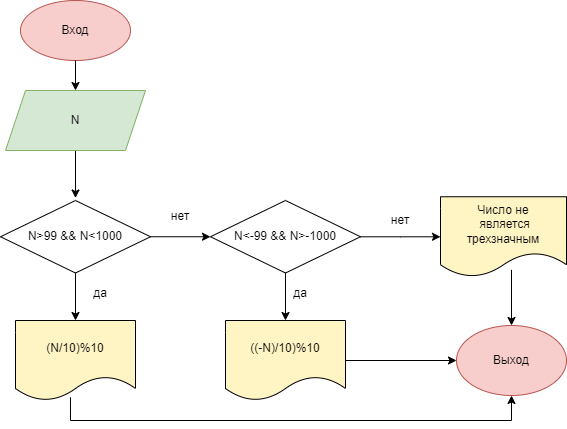
Earlier version of the draw.io export HW_2/ДЗ_2_Втарая цифра трехзначного числа.png (liza140/C-_HomeWork_2). Source tidied: cells renumbered, new cells last; positions are measured from the earlier drawing's top-left corner, leaving out a move shared by most shapes. Source of this version:
```xml
<mxGraphModel>
  <root>
    <mxCell id="0" />
    <mxCell id="1" parent="0" />
    <mxCell id="2" value="Выход" style="ellipse;whiteSpace=wrap;html=1;fillColor=#f8cecc;strokeColor=#b85450;" parent="1" vertex="1">
      <mxGeometry x="456" y="325" width="110" height="70" as="geometry" />
    </mxCell>
    <mxCell id="3" value="Вход" style="ellipse;whiteSpace=wrap;html=1;fillColor=#f8cecc;strokeColor=#b85450;" parent="1" vertex="1">
      <mxGeometry x="20" width="110" height="60" as="geometry" />
    </mxCell>
    <mxCell id="4" style="edgeStyle=orthogonalEdgeStyle;rounded=0;jettySize=auto;html=1;" parent="1" edge="1" source="6">
      <mxGeometry relative="1" as="geometry">
        <mxPoint x="75" y="320" as="targetPoint" />
      </mxGeometry>
    </mxCell>
    <mxCell id="5" style="edgeStyle=orthogonalEdgeStyle;rounded=0;jettySize=auto;html=1;" parent="1" edge="1" source="6" target="17">
      <mxGeometry relative="1" as="geometry" />
    </mxCell>
    <mxCell id="6" value="N&amp;gt;99 &amp;amp;&amp;amp; N&amp;lt;1000" style="rhombus;whiteSpace=wrap;html=1;" parent="1" vertex="1">
      <mxGeometry y="200" width="150" height="72.5" as="geometry" />
    </mxCell>
    <mxCell id="7" style="endArrow=classic;html=1;rounded=0;exitX=0.5;exitY=1;exitDx=0;exitDy=0;entryX=0.5;entryY=0;entryDx=0;entryDy=0;" parent="1" edge="1" source="3">
      <mxGeometry relative="1" as="geometry">
        <mxPoint x="75" y="90" as="targetPoint" />
      </mxGeometry>
    </mxCell>
    <mxCell id="8" style="endArrow=classic;html=1;rounded=0;exitX=0.5;exitY=1;exitDx=0;exitDy=0;entryX=0.5;entryY=0;entryDx=0;entryDy=0;" parent="1" edge="1" source="12">
      <mxGeometry relative="1" as="geometry">
        <mxPoint x="75" y="197.5" as="targetPoint" />
      </mxGeometry>
    </mxCell>
    <mxCell id="9" value="да" style="text;html=1;strokeColor=none;fillColor=none;align=center;verticalAlign=middle;whiteSpace=wrap;rounded=0;" parent="1" vertex="1">
      <mxGeometry x="70" y="272.5" width="60" height="40" as="geometry" />
    </mxCell>
    <mxCell id="10" style="edgeStyle=orthogonalEdgeStyle;rounded=0;jettySize=auto;html=1;" parent="1" edge="1" target="2">
      <mxGeometry relative="1" as="geometry">
        <mxPoint x="511" y="269.4" as="sourcePoint" />
      </mxGeometry>
    </mxCell>
    <mxCell id="11" value="нет" style="text;html=1;strokeColor=none;fillColor=none;align=center;verticalAlign=middle;whiteSpace=wrap;rounded=0;" parent="1" vertex="1">
      <mxGeometry x="150" y="196.2" width="60" height="40" as="geometry" />
    </mxCell>
    <mxCell id="12" value="N" style="shape=parallelogram;perimeter=parallelogramPerimeter;whiteSpace=wrap;html=1;fixedSize=1;fillColor=#d5e8d4;strokeColor=#82b366;" parent="1" vertex="1">
      <mxGeometry x="5" y="90" width="140" height="60" as="geometry" />
    </mxCell>
    <mxCell id="13" value="&lt;span&gt;Число не&lt;/span&gt;&lt;br&gt;&lt;span&gt;&amp;nbsp;является трехзначным&lt;/span&gt;" style="shape=document;whiteSpace=wrap;html=1;boundedLbl=1;fillColor=#FFF4C3;" parent="1" vertex="1">
      <mxGeometry x="440" y="196.2" width="126" height="80" as="geometry" />
    </mxCell>
    <mxCell id="14" value="(N/10)%10" style="shape=document;whiteSpace=wrap;html=1;boundedLbl=1;fillColor=#FFF4C3;" parent="1" vertex="1">
      <mxGeometry x="15" y="320" width="120" height="80" as="geometry" />
    </mxCell>
    <mxCell id="15" style="edgeStyle=orthogonalEdgeStyle;rounded=0;jettySize=auto;html=1;" parent="1" edge="1" source="17" target="13">
      <mxGeometry relative="1" as="geometry" />
    </mxCell>
    <mxCell id="16" style="edgeStyle=orthogonalEdgeStyle;rounded=0;jettySize=auto;html=1;" parent="1" edge="1" source="17" target="20">
      <mxGeometry relative="1" as="geometry" />
    </mxCell>
    <mxCell id="17" value="N&amp;lt;-99 &amp;amp;&amp;amp; N&amp;gt;-1000" style="rhombus;whiteSpace=wrap;html=1;" parent="1" vertex="1">
      <mxGeometry x="210" y="200" width="150" height="72.5" as="geometry" />
    </mxCell>
    <mxCell id="18" value="нет" style="text;html=1;strokeColor=none;fillColor=none;align=center;verticalAlign=middle;whiteSpace=wrap;rounded=0;" parent="1" vertex="1">
      <mxGeometry x="370" y="200" width="60" height="40" as="geometry" />
    </mxCell>
    <mxCell id="19" style="edgeStyle=orthogonalEdgeStyle;rounded=0;jettySize=auto;html=1;" parent="1" edge="1" source="20" target="2">
      <mxGeometry relative="1" as="geometry" />
    </mxCell>
    <mxCell id="20" value="((-N)/10)%10" style="shape=document;whiteSpace=wrap;html=1;boundedLbl=1;fillColor=#FFF4C3;" parent="1" vertex="1">
      <mxGeometry x="225" y="320" width="120" height="80" as="geometry" />
    </mxCell>
    <mxCell id="21" style="endArrow=classic;html=1;rounded=0;exitX=0.458;exitY=0.96;exitDx=0;exitDy=0;exitPerimeter=0;entryX=0.5;entryY=1;entryDx=0;entryDy=0;" parent="1" edge="1" source="14" target="2">
      <mxGeometry relative="1" as="geometry">
        <Array as="points">
          <mxPoint x="70" y="420" />
          <mxPoint x="511" y="420" />
        </Array>
      </mxGeometry>
    </mxCell>
    <mxCell id="22" value="да" style="text;html=1;strokeColor=none;fillColor=none;align=center;verticalAlign=middle;whiteSpace=wrap;rounded=0;" parent="1" vertex="1">
      <mxGeometry x="270" y="272.5" width="60" height="40" as="geometry" />
    </mxCell>
  </root>
</mxGraphModel>
```
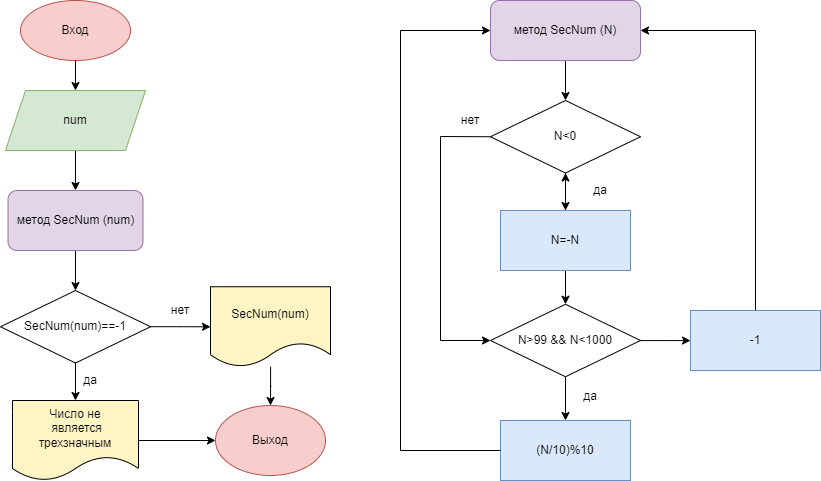
Later version of the same file.

Commit message:
Замена алгоритма

What changed in the source:
```diff
@@ -2,81 +2,123 @@
   <root>
     <mxCell id="0" />
     <mxCell id="1" parent="0" />
+    <mxCell id="3" value="Вход" style="ellipse;whiteSpace=wrap;html=1;fillColor=#f8cecc;strokeColor=#b85450;" parent="1" vertex="1">
+      <mxGeometry x="20" width="110" height="60" as="geometry" />
+    </mxCell>
+    <mxCell id="7" style="endArrow=classic;html=1;rounded=0;exitX=0.5;exitY=1;exitDx=0;exitDy=0;entryX=0.5;entryY=0;entryDx=0;entryDy=0;" parent="1" edge="1" source="3">
+      <mxGeometry relative="1" as="geometry">
+        <mxPoint x="75" y="90" as="targetPoint" />
+      </mxGeometry>
+    </mxCell>
+    <mxCell id="23" style="edgeStyle=orthogonalEdgeStyle;rounded=0;jettySize=auto;html=1;" parent="1" edge="1" source="12" target="25">
+      <mxGeometry relative="1" as="geometry" />
+    </mxCell>
+    <mxCell id="12" value="num" style="shape=parallelogram;perimeter=parallelogramPerimeter;whiteSpace=wrap;html=1;fixedSize=1;fillColor=#d5e8d4;strokeColor=#82b366;" parent="1" vertex="1">
+      <mxGeometry x="5" y="90" width="140" height="60" as="geometry" />
+    </mxCell>
+    <mxCell id="24" style="edgeStyle=orthogonalEdgeStyle;rounded=0;jettySize=auto;html=1;" parent="1" edge="1" source="25" target="28">
+      <mxGeometry relative="1" as="geometry" />
+    </mxCell>
+    <mxCell id="25" value="метод SecNum (num)" style="rounded=1;whiteSpace=wrap;html=1;fillColor=#e1d5e7;strokeColor=#9673a6;" parent="1" vertex="1">
+      <mxGeometry x="7.5" y="190" width="135" height="60" as="geometry" />
+    </mxCell>
+    <mxCell id="26" style="edgeStyle=orthogonalEdgeStyle;rounded=0;jettySize=auto;html=1;" parent="1" edge="1" source="28" target="13">
+      <mxGeometry relative="1" as="geometry" />
+    </mxCell>
+    <mxCell id="27" style="edgeStyle=orthogonalEdgeStyle;rounded=0;jettySize=auto;html=1;" parent="1" edge="1" source="28" target="32">
+      <mxGeometry relative="1" as="geometry" />
+    </mxCell>
+    <mxCell id="28" value="SecNum(num)==-1" style="rhombus;whiteSpace=wrap;html=1;" parent="1" vertex="1">
+      <mxGeometry y="290" width="150" height="72.5" as="geometry" />
+    </mxCell>
+    <mxCell id="29" style="edgeStyle=orthogonalEdgeStyle;rounded=0;jettySize=auto;html=1;" parent="1" edge="1" source="13" target="2">
+      <mxGeometry relative="1" as="geometry" />
+    </mxCell>
+    <mxCell id="13" value="&lt;span&gt;Число не&lt;/span&gt;&lt;br&gt;&lt;span&gt;&amp;nbsp;является трехзначным&lt;/span&gt;" style="shape=document;whiteSpace=wrap;html=1;boundedLbl=1;fillColor=#FFF4C3;" parent="1" vertex="1">
+      <mxGeometry x="12" y="400" width="126" height="80" as="geometry" />
+    </mxCell>
+    <mxCell id="30" value="да" style="text;html=1;strokeColor=none;fillColor=none;align=center;verticalAlign=middle;whiteSpace=wrap;rounded=0;" parent="1" vertex="1">
+      <mxGeometry x="60" y="360" width="60" height="40" as="geometry" />
+    </mxCell>
+    <mxCell id="31" style="edgeStyle=orthogonalEdgeStyle;rounded=0;jettySize=auto;html=1;" parent="1" edge="1" source="32" target="2">
+      <mxGeometry relative="1" as="geometry" />
+    </mxCell>
+    <mxCell id="32" value="SecNum(num)" style="shape=document;whiteSpace=wrap;html=1;boundedLbl=1;fillColor=#FFF4C3;" parent="1" vertex="1">
+      <mxGeometry x="210" y="286.2" width="120" height="80" as="geometry" />
+    </mxCell>
     <mxCell id="2" value="Выход" style="ellipse;whiteSpace=wrap;html=1;fillColor=#f8cecc;strokeColor=#b85450;" parent="1" vertex="1">
-      <mxGeometry x="456" y="325" width="110" height="70" as="geometry" />
+      <mxGeometry x="215" y="405" width="110" height="70" as="geometry" />
     </mxCell>
-    <mxCell id="3" value="Вход" style="ellipse;whiteSpace=wrap;html=1;fillColor=#f8cecc;strokeColor=#b85450;" parent="1" vertex="1">
-      <mxGeometry x="20" width="110" height="60" as="geometry" />
-    </mxCell>
-    <mxCell id="4" style="edgeStyle=orthogonalEdgeStyle;rounded=0;jettySize=auto;html=1;" parent="1" edge="1" source="6">
-      <mxGeometry relative="1" as="geometry">
-        <mxPoint x="75" y="320" as="targetPoint" />
-      </mxGeometry>
-    </mxCell>
-    <mxCell id="5" style="edgeStyle=orthogonalEdgeStyle;rounded=0;jettySize=auto;html=1;" parent="1" edge="1" source="6" target="17">
-      <mxGeometry relative="1" as="geometry" />
-    </mxCell>
+    <mxCell id="33" value="нет" style="text;html=1;strokeColor=none;fillColor=none;align=center;verticalAlign=middle;whiteSpace=wrap;rounded=0;" parent="1" vertex="1">
+      <mxGeometry x="150" y="290" width="60" height="40" as="geometry" />
+    </mxCell>
+    <mxCell id="34" style="edgeStyle=orthogonalEdgeStyle;rounded=0;jettySize=auto;html=1;" parent="1" edge="1" source="35" target="37">
+      <mxGeometry relative="1" as="geometry" />
+    </mxCell>
+    <mxCell id="35" value="метод SecNum (N)" style="rounded=1;whiteSpace=wrap;html=1;fillColor=#e1d5e7;strokeColor=#9673a6;" parent="1" vertex="1">
+      <mxGeometry x="490" width="150" height="60" as="geometry" />
+    </mxCell>
+    <mxCell id="36" style="edgeStyle=orthogonalEdgeStyle;rounded=0;jettySize=auto;html=1;" parent="1" edge="1" source="37" target="40">
+      <mxGeometry relative="1" as="geometry" />
+    </mxCell>
+    <mxCell id="37" value="N&amp;lt;0" style="rhombus;whiteSpace=wrap;html=1;" parent="1" vertex="1">
+      <mxGeometry x="490" y="100" width="150" height="72.5" as="geometry" />
+    </mxCell>
+    <mxCell id="38" style="edgeStyle=orthogonalEdgeStyle;rounded=0;jettySize=auto;html=1;" parent="1" edge="1" source="40" target="6">
+      <mxGeometry relative="1" as="geometry" />
+    </mxCell>
+    <mxCell id="39" style="edgeStyle=orthogonalEdgeStyle;rounded=0;jettySize=auto;html=1;" parent="1" edge="1" source="40" target="37">
+      <mxGeometry relative="1" as="geometry" />
+    </mxCell>
+    <mxCell id="40" value="N=-N" style="rounded=0;whiteSpace=wrap;html=1;fillColor=#dae8fc;strokeColor=#6c8ebf;" parent="1" vertex="1">
+      <mxGeometry x="500" y="210" width="130" height="60" as="geometry" />
+    </mxCell>
+    <mxCell id="41" style="edgeStyle=orthogonalEdgeStyle;rounded=0;jettySize=auto;html=1;" parent="1" edge="1" source="6" target="14">
+      <mxGeometry relative="1" as="geometry" />
+    </mxCell>
+    <mxCell id="42" style="edgeStyle=orthogonalEdgeStyle;rounded=0;jettySize=auto;html=1;" parent="1" edge="1" source="6" target="46">
+      <mxGeometry relative="1" as="geometry" />
+    </mxCell>
     <mxCell id="6" value="N&amp;gt;99 &amp;amp;&amp;amp; N&amp;lt;1000" style="rhombus;whiteSpace=wrap;html=1;" parent="1" vertex="1">
-      <mxGeometry y="200" width="150" height="72.5" as="geometry" />
+      <mxGeometry x="490" y="303.8" width="150" height="72.5" as="geometry" />
     </mxCell>
-    <mxCell id="7" style="endArrow=classic;html=1;rounded=0;exitX=0.5;exitY=1;exitDx=0;exitDy=0;entryX=0.5;entryY=0;entryDx=0;entryDy=0;" parent="1" edge="1" source="3">
-      <mxGeometry relative="1" as="geometry">
-        <mxPoint x="75" y="90" as="targetPoint" />
-      </mxGeometry>
-    </mxCell>
-    <mxCell id="8" style="endArrow=classic;html=1;rounded=0;exitX=0.5;exitY=1;exitDx=0;exitDy=0;entryX=0.5;entryY=0;entryDx=0;entryDy=0;" parent="1" edge="1" source="12">
-      <mxGeometry relative="1" as="geometry">
-        <mxPoint x="75" y="197.5" as="targetPoint" />
-      </mxGeometry>
-    </mxCell>
-    <mxCell id="9" value="да" style="text;html=1;strokeColor=none;fillColor=none;align=center;verticalAlign=middle;whiteSpace=wrap;rounded=0;" parent="1" vertex="1">
-      <mxGeometry x="70" y="272.5" width="60" height="40" as="geometry" />
-    </mxCell>
-    <mxCell id="10" style="edgeStyle=orthogonalEdgeStyle;rounded=0;jettySize=auto;html=1;" parent="1" edge="1" target="2">
-      <mxGeometry relative="1" as="geometry">
-        <mxPoint x="511" y="269.4" as="sourcePoint" />
-      </mxGeometry>
-    </mxCell>
-    <mxCell id="11" value="нет" style="text;html=1;strokeColor=none;fillColor=none;align=center;verticalAlign=middle;whiteSpace=wrap;rounded=0;" parent="1" vertex="1">
-      <mxGeometry x="150" y="196.2" width="60" height="40" as="geometry" />
-    </mxCell>
-    <mxCell id="12" value="N" style="shape=parallelogram;perimeter=parallelogramPerimeter;whiteSpace=wrap;html=1;fixedSize=1;fillColor=#d5e8d4;strokeColor=#82b366;" parent="1" vertex="1">
-      <mxGeometry x="5" y="90" width="140" height="60" as="geometry" />
-    </mxCell>
-    <mxCell id="13" value="&lt;span&gt;Число не&lt;/span&gt;&lt;br&gt;&lt;span&gt;&amp;nbsp;является трехзначным&lt;/span&gt;" style="shape=document;whiteSpace=wrap;html=1;boundedLbl=1;fillColor=#FFF4C3;" parent="1" vertex="1">
-      <mxGeometry x="440" y="196.2" width="126" height="80" as="geometry" />
-    </mxCell>
+    <mxCell id="43" style="endArrow=classic;html=1;rounded=0;exitX=0;exitY=0.5;exitDx=0;exitDy=0;entryX=0;entryY=0.5;entryDx=0;entryDy=0;" parent="1" edge="1" source="37" target="6">
+      <mxGeometry relative="1" as="geometry">
+        <Array as="points">
+          <mxPoint x="440" y="136" />
+          <mxPoint x="440" y="340" />
+        </Array>
+      </mxGeometry>
+    </mxCell>
+    <mxCell id="44" value="да" style="text;html=1;strokeColor=none;fillColor=none;align=center;verticalAlign=middle;whiteSpace=wrap;rounded=0;" parent="1" vertex="1">
+      <mxGeometry x="570" y="170" width="60" height="40" as="geometry" />
+    </mxCell>
+    <mxCell id="45" value="нет" style="text;html=1;strokeColor=none;fillColor=none;align=center;verticalAlign=middle;whiteSpace=wrap;rounded=0;" parent="1" vertex="1">
+      <mxGeometry x="440" y="100" width="60" height="40" as="geometry" />
+    </mxCell>
-    <mxCell id="14" value="(N/10)%10" style="shape=document;whiteSpace=wrap;html=1;boundedLbl=1;fillColor=#FFF4C3;" parent="1" vertex="1">
-      <mxGeometry x="15" y="320" width="120" height="80" as="geometry" />
+    <mxCell id="14" value="(N/10)%10" style="rounded=0;whiteSpace=wrap;html=1;fillColor=#dae8fc;strokeColor=#6c8ebf;" parent="1" vertex="1">
+      <mxGeometry x="500" y="420" width="130" height="60" as="geometry" />
     </mxCell>
-    <mxCell id="15" style="edgeStyle=orthogonalEdgeStyle;rounded=0;jettySize=auto;html=1;" parent="1" edge="1" source="17" target="13">
-      <mxGeometry relative="1" as="geometry" />
-    </mxCell>
-    <mxCell id="16" style="edgeStyle=orthogonalEdgeStyle;rounded=0;jettySize=auto;html=1;" parent="1" edge="1" source="17" target="20">
-      <mxGeometry relative="1" as="geometry" />
-    </mxCell>
-    <mxCell id="17" value="N&amp;lt;-99 &amp;amp;&amp;amp; N&amp;gt;-1000" style="rhombus;whiteSpace=wrap;html=1;" parent="1" vertex="1">
-      <mxGeometry x="210" y="200" width="150" height="72.5" as="geometry" />
-    </mxCell>
-    <mxCell id="18" value="нет" style="text;html=1;strokeColor=none;fillColor=none;align=center;verticalAlign=middle;whiteSpace=wrap;rounded=0;" parent="1" vertex="1">
-      <mxGeometry x="370" y="200" width="60" height="40" as="geometry" />
-    </mxCell>
-    <mxCell id="19" style="edgeStyle=orthogonalEdgeStyle;rounded=0;jettySize=auto;html=1;" parent="1" edge="1" source="20" target="2">
-      <mxGeometry relative="1" as="geometry" />
-    </mxCell>
-    <mxCell id="20" value="((-N)/10)%10" style="shape=document;whiteSpace=wrap;html=1;boundedLbl=1;fillColor=#FFF4C3;" parent="1" vertex="1">
-      <mxGeometry x="225" y="320" width="120" height="80" as="geometry" />
-    </mxCell>
-    <mxCell id="21" style="endArrow=classic;html=1;rounded=0;exitX=0.458;exitY=0.96;exitDx=0;exitDy=0;exitPerimeter=0;entryX=0.5;entryY=1;entryDx=0;entryDy=0;" parent="1" edge="1" source="14" target="2">
-      <mxGeometry relative="1" as="geometry">
-        <Array as="points">
-          <mxPoint x="70" y="420" />
-          <mxPoint x="511" y="420" />
-        </Array>
-      </mxGeometry>
-    </mxCell>
-    <mxCell id="22" value="да" style="text;html=1;strokeColor=none;fillColor=none;align=center;verticalAlign=middle;whiteSpace=wrap;rounded=0;" parent="1" vertex="1">
-      <mxGeometry x="270" y="272.5" width="60" height="40" as="geometry" />
-    </mxCell>
+    <mxCell id="46" value="-1" style="rounded=0;whiteSpace=wrap;html=1;fillColor=#dae8fc;strokeColor=#6c8ebf;" parent="1" vertex="1">
+      <mxGeometry x="690" y="310" width="130" height="60" as="geometry" />
+    </mxCell>
+    <mxCell id="47" style="endArrow=classic;html=1;rounded=0;entryX=0;entryY=0.5;entryDx=0;entryDy=0;exitX=0;exitY=0.5;exitDx=0;exitDy=0;" parent="1" edge="1" source="14" target="35">
+      <mxGeometry relative="1" as="geometry">
+        <Array as="points">
+          <mxPoint x="400" y="450" />
+          <mxPoint x="400" y="30" />
+        </Array>
+      </mxGeometry>
+    </mxCell>
+    <mxCell id="48" value="да" style="text;html=1;strokeColor=none;fillColor=none;align=center;verticalAlign=middle;whiteSpace=wrap;rounded=0;" parent="1" vertex="1">
+      <mxGeometry x="560" y="376.2" width="60" height="40" as="geometry" />
+    </mxCell>
+    <mxCell id="49" style="endArrow=classic;html=1;rounded=0;exitX=0.5;exitY=0;exitDx=0;exitDy=0;entryX=1;entryY=0.5;entryDx=0;entryDy=0;" parent="1" edge="1" source="46" target="35">
+      <mxGeometry relative="1" as="geometry">
+        <Array as="points">
+          <mxPoint x="755" y="30" />
+        </Array>
+      </mxGeometry>
+    </mxCell>
   </root>
 </mxGraphModel>
```
